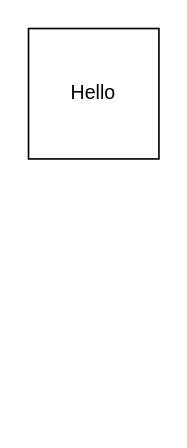
Above: Untitled Diagram.drawio in brochwerger/dclcm (draw.io), before the change. Source tidied: cells renumbered, new cells numbered last; positions are measured from the earlier drawing's top-left corner, leaving out a move shared by most shapes. Both pictures are drawn from the tidied source at 163%, with x=0, y=0 at pixel (28, 28).
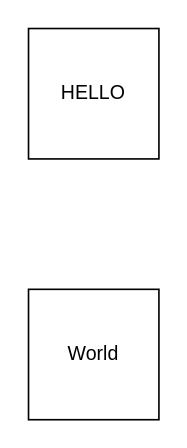
After the change.

The edit, as a diff of the source:
```diff
@@
 <mxGraphModel>
   <root>
     <mxCell id="0" />
     <mxCell id="1" parent="0" />
-    <mxCell id="2" value="Hello" style="whiteSpace=wrap;html=1;" parent="1" vertex="1">
+    <mxCell id="2" value="HELLO" style="whiteSpace=wrap;html=1;" parent="1" vertex="1">
       <mxGeometry width="80" height="80" as="geometry" />
     </mxCell>
+    <mxCell id="3" value="World" style="whiteSpace=wrap;html=1;" parent="1" vertex="1">
+      <mxGeometry y="160" width="80" height="80" as="geometry" />
+    </mxCell>
   </root>
 </mxGraphModel>
```
